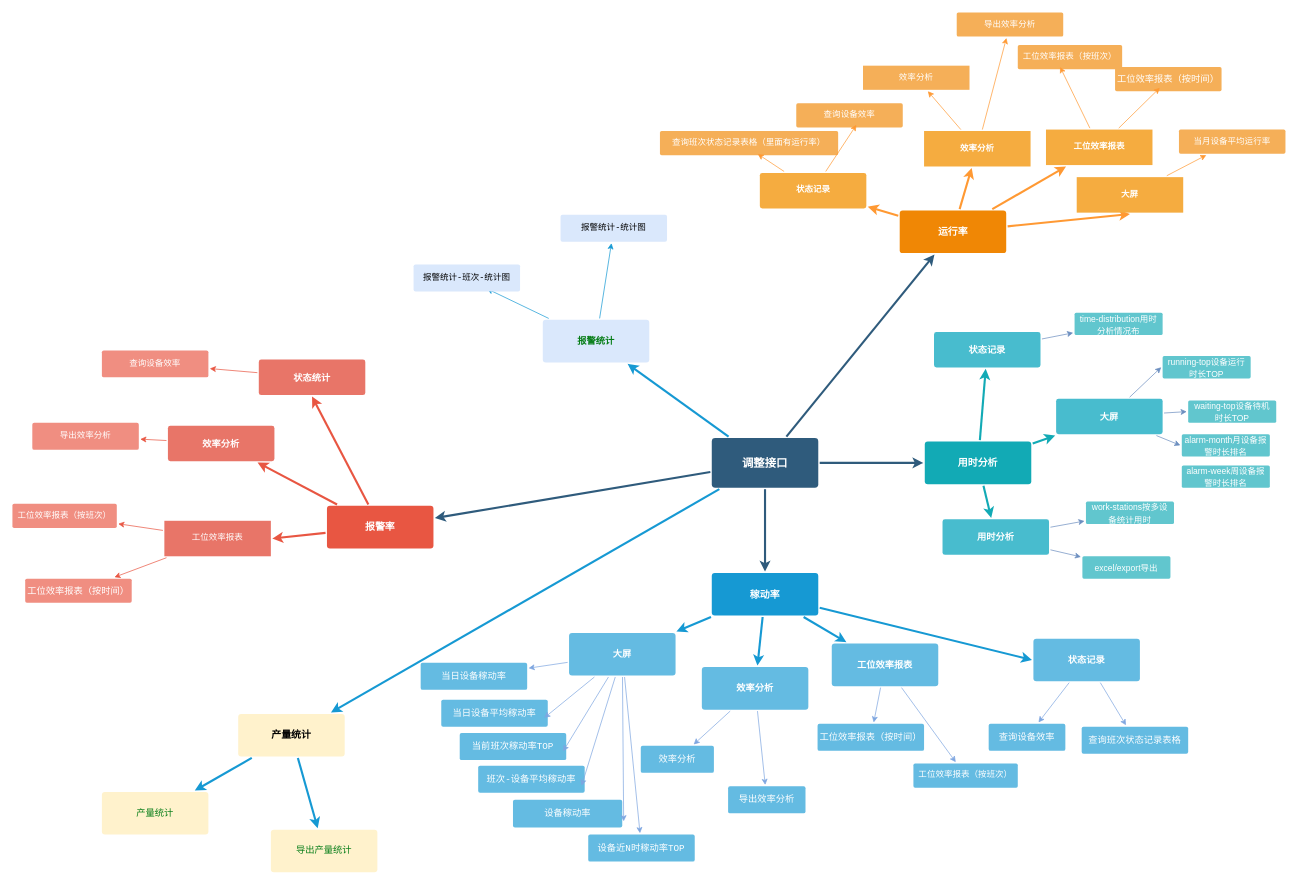
The draw.io diagram 未命名绘图.drawio in liangleiA/MyRepository, before the edit. Source tidied: cells renumbered, new cells numbered last; positions are measured from the earlier drawing's top-left corner, leaving out a move shared by most shapes. Both pictures are drawn from the tidied source at 71%, with x=0, y=0 at pixel (12, 12).
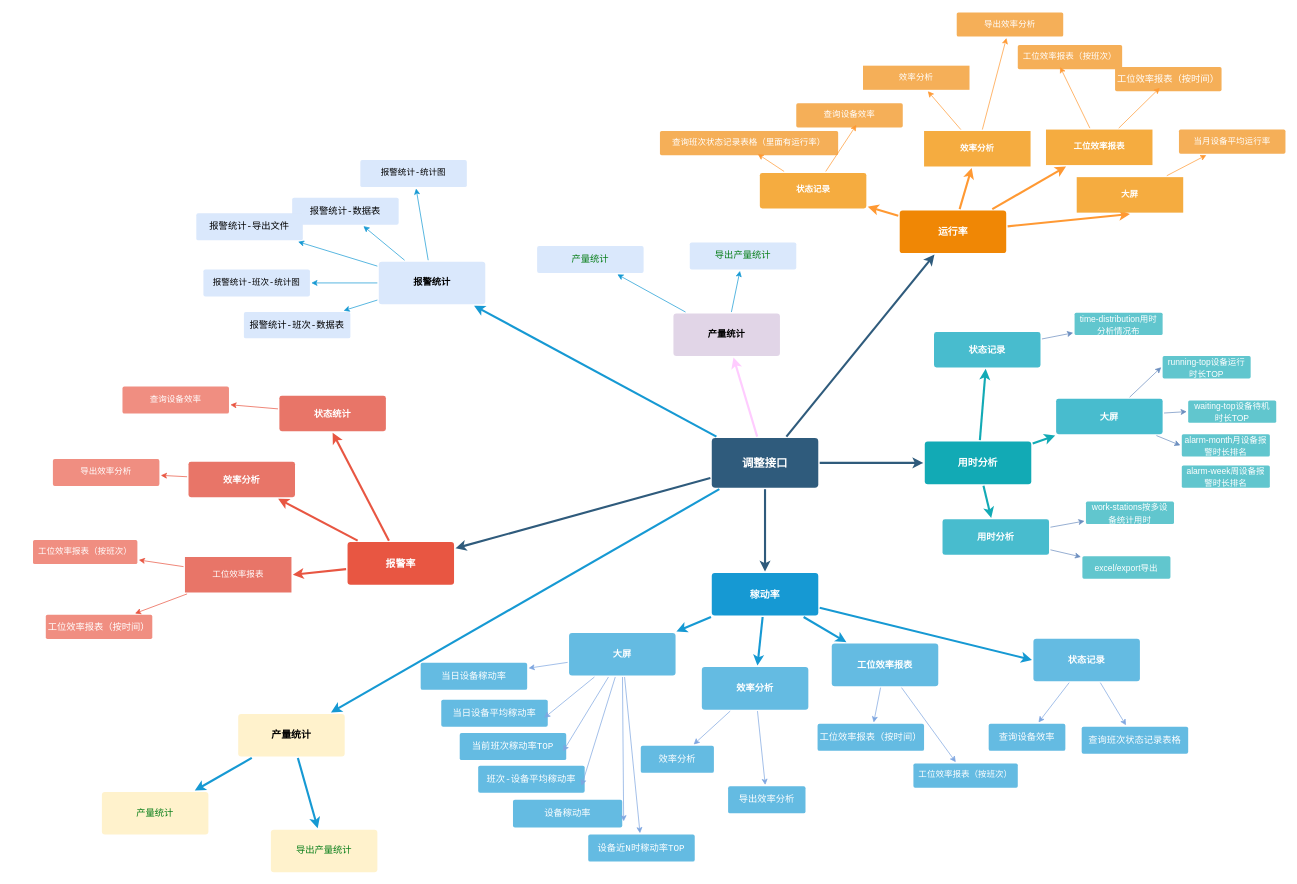
The same page after the edit.

Commit message (it also covers changes not shown here):
更新未命名绘图.drawio

The change refers to these unchanged cells:
```xml
<mxCell id="8" value="调整接口" style="rounded=1;whiteSpace=wrap;html=1;shadow=0;labelBackgroundColor=none;strokeColor=none;strokeWidth=3;fillColor=#2F5B7C;fontFamily=Helvetica;fontSize=16;fontColor=#FFFFFF;align=center;fontStyle=1;spacing=5;arcSize=7;perimeterSpacing=2;" parent="1" vertex="1">
  <mxGeometry x="985" y="599.5" width="150" height="70" as="geometry" />
</mxCell>
```

The edit, as a diff of the source:
```diff
@@
+    <mxCell id="113" style="edgeStyle=none;rounded=0;jettySize=auto;html=1;strokeColor=#FFCCFF;strokeWidth=3;fontSize=13;fontColor=#000000;" parent="1" edge="1" source="8" target="122">
+      <mxGeometry relative="1" as="geometry" />
+    </mxCell>
@@
     <mxCell id="12" value="报警率" style="rounded=1;whiteSpace=wrap;html=1;shadow=0;labelBackgroundColor=none;strokeColor=none;strokeWidth=3;fillColor=#e85642;fontFamily=Helvetica;fontSize=14;fontColor=#FFFFFF;align=center;spacing=5;fontStyle=1;arcSize=7;perimeterSpacing=2;" parent="1" vertex="1">
-      <mxGeometry x="443" y="695" width="150" height="60" as="geometry" />
+      <mxGeometry x="472" y="746" width="150" height="60" as="geometry" />
     </mxCell>
     <mxCell id="13" value="&lt;pre style=&quot;font-family: 宋体, monospace; font-size: 12px;&quot;&gt;&lt;span style=&quot;font-size: 12px;&quot;&gt;导出效率分析&lt;/span&gt;&lt;/pre&gt;" style="rounded=1;whiteSpace=wrap;html=1;shadow=0;labelBackgroundColor=none;strokeColor=none;strokeWidth=3;fillColor=#f08e81;fontFamily=Helvetica;fontSize=12;fontColor=#FFFFFF;align=center;spacing=5;fontStyle=0;arcSize=7;perimeterSpacing=2;" parent="1" vertex="1">
-      <mxGeometry x="28" y="578" width="150" height="38" as="geometry" />
+      <mxGeometry x="57" y="629" width="150" height="38" as="geometry" />
     </mxCell>
     <mxCell id="14" value="&lt;pre style=&quot;font-family: 宋体, monospace; font-size: 12px;&quot;&gt;&lt;span style=&quot;font-size: 12px;&quot;&gt;查询设备效率&lt;/span&gt;&lt;/pre&gt;" style="rounded=1;whiteSpace=wrap;html=1;shadow=0;labelBackgroundColor=none;strokeColor=none;strokeWidth=3;fillColor=#f08e81;fontFamily=Helvetica;fontSize=12;fontColor=#FFFFFF;align=center;spacing=5;fontStyle=0;arcSize=7;perimeterSpacing=2;" parent="1" vertex="1">
-      <mxGeometry x="126" y="476" width="150" height="38" as="geometry" />
+      <mxGeometry x="155" y="527" width="150" height="38" as="geometry" />
     </mxCell>
@@
     <mxCell id="94" value="状态统计" style="rounded=1;whiteSpace=wrap;html=1;shadow=0;labelBackgroundColor=none;strokeColor=none;strokeWidth=3;fillColor=#E87568;fontFamily=Helvetica;fontSize=13;fontColor=#FFFFFF;align=center;spacing=5;fontStyle=1;arcSize=7;perimeterSpacing=2;" parent="1" vertex="1">
-      <mxGeometry x="347" y="489" width="150" height="50" as="geometry" />
+      <mxGeometry x="376" y="540" width="150" height="50" as="geometry" />
     </mxCell>
@@
     <mxCell id="96" value="效率分析" style="rounded=1;whiteSpace=wrap;html=1;shadow=0;labelBackgroundColor=none;strokeColor=none;strokeWidth=3;fillColor=#E87568;fontFamily=Helvetica;fontSize=13;fontColor=#FFFFFF;align=center;spacing=5;fontStyle=1;arcSize=7;perimeterSpacing=2;" parent="1" vertex="1">
-      <mxGeometry x="219" y="582" width="150" height="50" as="geometry" />
+      <mxGeometry x="248" y="633" width="150" height="50" as="geometry" />
     </mxCell>
@@
     <mxCell id="101" value="&lt;pre style=&quot;font-family: &amp;quot;JetBrains Mono&amp;quot;, monospace; font-size: 12px;&quot;&gt;&lt;pre style=&quot;font-family: &amp;quot;JetBrains Mono&amp;quot;, monospace; font-size: 12px;&quot;&gt;&lt;span style=&quot;font-size: 12px;&quot;&gt;工位效率报表&lt;/span&gt;&lt;/pre&gt;&lt;/pre&gt;" style="rounded=1;whiteSpace=wrap;html=1;shadow=0;labelBackgroundColor=none;strokeColor=none;strokeWidth=3;fillColor=#E87568;fontFamily=Helvetica;fontSize=12;fontColor=#FFFFFF;align=center;spacing=5;arcSize=0;perimeterSpacing=2;labelBorderColor=none;" parent="1" vertex="1">
-      <mxGeometry x="214" y="716" width="150" height="50" as="geometry" />
+      <mxGeometry x="243" y="767" width="150" height="50" as="geometry" />
     </mxCell>
     <mxCell id="102" value="&lt;pre style=&quot;font-size: 9.8pt; font-family: 宋体, monospace;&quot;&gt;工位效率报表（按时间）&lt;/pre&gt;" style="rounded=1;whiteSpace=wrap;html=1;shadow=0;labelBackgroundColor=none;strokeColor=none;strokeWidth=3;fillColor=#F08E81;fontFamily=Helvetica;fontSize=12;fontColor=#FFFFFF;align=center;spacing=5;arcSize=7;perimeterSpacing=2;labelBorderColor=none;" parent="1" vertex="1">
-      <mxGeometry x="18" y="797.5" width="150" height="34" as="geometry" />
+      <mxGeometry x="47" y="848.5" width="150" height="34" as="geometry" />
     </mxCell>
     <mxCell id="103" value="&lt;pre style=&quot;font-family: 宋体, monospace; font-size: 12px;&quot;&gt;&lt;span style=&quot;font-size: 12px;&quot;&gt;工位效率报表（按班次）&lt;/span&gt;&lt;/pre&gt;" style="rounded=1;whiteSpace=wrap;html=1;shadow=0;labelBackgroundColor=none;strokeColor=none;strokeWidth=3;fillColor=#F08E81;fontFamily=Helvetica;fontSize=12;fontColor=#FFFFFF;align=center;spacing=5;arcSize=7;perimeterSpacing=2;labelBorderColor=none;" parent="1" vertex="1">
-      <mxGeometry y="692" width="147" height="34" as="geometry" />
+      <mxGeometry x="29" y="743" width="147" height="34" as="geometry" />
     </mxCell>
@@
+    <mxCell id="114" style="edgeStyle=none;rounded=0;jettySize=auto;html=1;strokeColor=#1699D3;strokeWidth=1;fontSize=13;fontColor=#FFFFFF;" parent="1" edge="1" source="110" target="119">
+      <mxGeometry relative="1" as="geometry" />
+    </mxCell>
-    <mxCell id="108" style="edgeStyle=none;rounded=0;jettySize=auto;html=1;entryX=0.684;entryY=0.861;entryDx=0;entryDy=0;entryPerimeter=0;strokeColor=#1699D3;strokeWidth=1;fontSize=13;fontColor=#FFFFFF;" parent="1" edge="1" source="110" target="112">
+    <mxCell id="108" style="edgeStyle=none;rounded=0;jettySize=auto;html=1;entryX=1;entryY=0.5;entryDx=0;entryDy=0;strokeColor=#1699D3;strokeWidth=1;fontSize=13;fontColor=#FFFFFF;" parent="1" edge="1" source="110" target="112">
       <mxGeometry relative="1" as="geometry" />
     </mxCell>
+    <mxCell id="115" style="edgeStyle=none;rounded=0;jettySize=auto;html=1;strokeColor=#1699D3;strokeWidth=1;fontSize=13;fontColor=#FFFFFF;" parent="1" edge="1" source="110" target="118">
+      <mxGeometry relative="1" as="geometry" />
+    </mxCell>
+    <mxCell id="116" style="edgeStyle=none;rounded=0;jettySize=auto;html=1;strokeColor=#1699D3;strokeWidth=1;fontSize=13;fontColor=#FFFFFF;" parent="1" edge="1" source="110" target="117">
+      <mxGeometry relative="1" as="geometry" />
+    </mxCell>
@@
-    <mxCell id="110" value="&lt;pre style=&quot;color: rgb(8, 8, 8); font-family: 宋体, monospace; font-size: 9.8pt;&quot;&gt;&lt;span style=&quot;color:#067d17;&quot;&gt;报警统计&lt;/span&gt;&lt;/pre&gt;" style="rounded=1;whiteSpace=wrap;html=1;shadow=0;labelBackgroundColor=none;strokeColor=none;strokeWidth=3;fillColor=#dae8fc;fontFamily=Helvetica;fontSize=14;align=center;spacing=5;fontStyle=1;arcSize=7;perimeterSpacing=2;" parent="1" vertex="1">
-      <mxGeometry x="747" y="433" width="150" height="60" as="geometry" />
+    <mxCell id="110" value="&lt;pre style=&quot;font-family: 宋体, monospace; font-size: 9.8pt;&quot;&gt;&lt;span style=&quot;&quot;&gt;报警统计&lt;/span&gt;&lt;/pre&gt;" style="rounded=1;whiteSpace=wrap;html=1;shadow=0;labelBackgroundColor=none;strokeColor=none;strokeWidth=3;fillColor=#dae8fc;fontFamily=Helvetica;fontSize=14;align=center;spacing=5;fontStyle=1;arcSize=7;perimeterSpacing=2;fontColor=#000000;" parent="1" vertex="1">
+      <mxGeometry x="516" y="351" width="150" height="60" as="geometry" />
     </mxCell>
-    <mxCell id="111" value="&lt;pre style=&quot;font-family: 宋体, monospace; font-size: 12px;&quot;&gt;&lt;span style=&quot;font-size: 12px;&quot;&gt;报警统计&lt;/span&gt;&lt;span style=&quot;font-family: &amp;quot;JetBrains Mono&amp;quot;, monospace; font-size: 12px;&quot;&gt;-&lt;/span&gt;&lt;span style=&quot;font-size: 12px;&quot;&gt;统计图&lt;/span&gt;&lt;/pre&gt;" style="rounded=1;whiteSpace=wrap;html=1;shadow=0;labelBackgroundColor=none;strokeColor=none;strokeWidth=3;fillColor=#dae8fc;fontFamily=Helvetica;fontSize=12;align=center;spacing=5;fontStyle=0;arcSize=7;perimeterSpacing=2;" parent="1" vertex="1">
-      <mxGeometry x="772" y="285" width="150" height="38" as="geometry" />
+    <mxCell id="111" value="&lt;pre style=&quot;font-family: 宋体, monospace; font-size: 12px;&quot;&gt;&lt;span style=&quot;font-size: 12px;&quot;&gt;报警统计&lt;/span&gt;&lt;span style=&quot;font-family: &amp;quot;JetBrains Mono&amp;quot;, monospace; font-size: 12px;&quot;&gt;-&lt;/span&gt;&lt;span style=&quot;font-size: 12px;&quot;&gt;统计图&lt;/span&gt;&lt;/pre&gt;" style="rounded=1;whiteSpace=wrap;html=1;shadow=0;labelBackgroundColor=none;strokeColor=none;strokeWidth=3;fillColor=#dae8fc;fontFamily=Helvetica;fontSize=12;align=center;spacing=5;fontStyle=0;arcSize=7;perimeterSpacing=2;fontColor=#000000;" parent="1" vertex="1">
+      <mxGeometry x="490" y="208" width="150" height="38" as="geometry" />
     </mxCell>
-    <mxCell id="112" value="&lt;pre style=&quot;font-family: 宋体, monospace; font-size: 12px;&quot;&gt;&lt;pre style=&quot;font-family: 宋体, monospace; font-size: 12px;&quot;&gt;&lt;span style=&quot;font-size: 12px;&quot;&gt;报警统计&lt;/span&gt;&lt;span style=&quot;font-family: &amp;quot;JetBrains Mono&amp;quot;, monospace; font-size: 12px;&quot;&gt;-&lt;/span&gt;&lt;span style=&quot;font-size: 12px;&quot;&gt;班次&lt;/span&gt;&lt;span style=&quot;font-family: &amp;quot;JetBrains Mono&amp;quot;, monospace; font-size: 12px;&quot;&gt;-&lt;/span&gt;&lt;span style=&quot;font-size: 12px;&quot;&gt;统计图&lt;/span&gt;&lt;/pre&gt;&lt;/pre&gt;" style="rounded=1;whiteSpace=wrap;html=1;shadow=0;labelBackgroundColor=none;strokeColor=none;strokeWidth=3;fillColor=#dae8fc;fontFamily=Helvetica;fontSize=12;align=center;spacing=5;fontStyle=0;arcSize=7;perimeterSpacing=2;" parent="1" vertex="1">
-      <mxGeometry x="565" y="355" width="150" height="38" as="geometry" />
+    <mxCell id="112" value="&lt;pre style=&quot;font-family: 宋体, monospace; font-size: 12px;&quot;&gt;&lt;pre style=&quot;font-family: 宋体, monospace; font-size: 12px;&quot;&gt;&lt;span style=&quot;font-size: 12px;&quot;&gt;报警统计&lt;/span&gt;&lt;span style=&quot;font-family: &amp;quot;JetBrains Mono&amp;quot;, monospace; font-size: 12px;&quot;&gt;-&lt;/span&gt;&lt;span style=&quot;font-size: 12px;&quot;&gt;班次&lt;/span&gt;&lt;span style=&quot;font-family: &amp;quot;JetBrains Mono&amp;quot;, monospace; font-size: 12px;&quot;&gt;-&lt;/span&gt;&lt;span style=&quot;font-size: 12px;&quot;&gt;统计图&lt;/span&gt;&lt;/pre&gt;&lt;/pre&gt;" style="rounded=1;whiteSpace=wrap;html=1;shadow=0;labelBackgroundColor=none;strokeColor=none;strokeWidth=3;fillColor=#dae8fc;fontFamily=Helvetica;fontSize=12;align=center;spacing=5;fontStyle=0;arcSize=7;perimeterSpacing=2;fontColor=#000000;" parent="1" vertex="1">
+      <mxGeometry x="269" y="362" width="150" height="38" as="geometry" />
     </mxCell>
+    <mxCell id="117" value="&lt;pre style=&quot;font-family: 宋体, monospace; font-size: 12px;&quot;&gt;&lt;pre style=&quot;font-family: 宋体, monospace; font-size: 12px;&quot;&gt;&lt;pre style=&quot;font-family: 宋体, monospace; font-size: 9.8pt;&quot;&gt;&lt;span style=&quot;&quot;&gt;报警统计&lt;/span&gt;&lt;span style=&quot;font-family: &amp;quot;JetBrains Mono&amp;quot;, monospace;&quot;&gt;-&lt;/span&gt;&lt;span style=&quot;&quot;&gt;数据表&lt;/span&gt;&lt;/pre&gt;&lt;/pre&gt;&lt;/pre&gt;" style="rounded=1;whiteSpace=wrap;html=1;shadow=0;labelBackgroundColor=none;strokeColor=none;strokeWidth=3;fillColor=#dae8fc;fontFamily=Helvetica;fontSize=12;align=center;spacing=5;fontStyle=0;arcSize=7;perimeterSpacing=2;fontColor=#000000;" parent="1" vertex="1">
+      <mxGeometry x="394" y="261" width="150" height="38" as="geometry" />
+    </mxCell>
+    <mxCell id="118" value="&lt;pre style=&quot;font-family: 宋体, monospace; font-size: 12px;&quot;&gt;&lt;pre style=&quot;font-family: 宋体, monospace; font-size: 12px;&quot;&gt;&lt;pre style=&quot;font-family: 宋体, monospace; font-size: 9.8pt;&quot;&gt;&lt;span style=&quot;&quot;&gt;报警统计&lt;/span&gt;&lt;span style=&quot;font-family: &amp;quot;JetBrains Mono&amp;quot;, monospace;&quot;&gt;-&lt;/span&gt;&lt;span style=&quot;&quot;&gt;导出文件&lt;/span&gt;&lt;/pre&gt;&lt;/pre&gt;&lt;/pre&gt;" style="rounded=1;whiteSpace=wrap;html=1;shadow=0;labelBackgroundColor=none;strokeColor=none;strokeWidth=3;fillColor=#dae8fc;fontFamily=Helvetica;fontSize=12;align=center;spacing=5;fontStyle=0;arcSize=7;perimeterSpacing=2;fontColor=#000000;" parent="1" vertex="1">
+      <mxGeometry x="259" y="283" width="150" height="38" as="geometry" />
+    </mxCell>
+    <mxCell id="119" value="&lt;pre style=&quot;font-family: 宋体, monospace; font-size: 12px;&quot;&gt;&lt;pre style=&quot;font-family: 宋体, monospace; font-size: 12px;&quot;&gt;&lt;pre style=&quot;font-family: 宋体, monospace; font-size: 9.8pt;&quot;&gt;&lt;span style=&quot;&quot;&gt;报警统计&lt;/span&gt;&lt;span style=&quot;font-family: &amp;quot;JetBrains Mono&amp;quot;, monospace;&quot;&gt;-&lt;/span&gt;&lt;span style=&quot;&quot;&gt;班次&lt;/span&gt;&lt;span style=&quot;font-family: &amp;quot;JetBrains Mono&amp;quot;, monospace;&quot;&gt;-&lt;/span&gt;&lt;span style=&quot;&quot;&gt;数据表&lt;/span&gt;&lt;/pre&gt;&lt;/pre&gt;&lt;/pre&gt;" style="rounded=1;whiteSpace=wrap;html=1;shadow=0;labelBackgroundColor=none;strokeColor=none;strokeWidth=3;fillColor=#dae8fc;fontFamily=Helvetica;fontSize=12;align=center;spacing=5;fontStyle=0;arcSize=7;perimeterSpacing=2;fontColor=#000000;" parent="1" vertex="1">
+      <mxGeometry x="326" y="422" width="150" height="37" as="geometry" />
+    </mxCell>
+    <mxCell id="120" style="edgeStyle=none;rounded=0;jettySize=auto;html=1;strokeColor=#1699D3;strokeWidth=1;fontSize=13;fontColor=#000000;" parent="1" edge="1" source="122" target="123">
+      <mxGeometry relative="1" as="geometry" />
+    </mxCell>
+    <mxCell id="121" style="edgeStyle=none;rounded=0;jettySize=auto;html=1;strokeColor=#1699D3;strokeWidth=1;fontSize=13;fontColor=#000000;" parent="1" edge="1" source="122" target="124">
+      <mxGeometry relative="1" as="geometry" />
+    </mxCell>
+    <mxCell id="122" value="&lt;pre style=&quot;font-family: 宋体, monospace; font-size: 9.8pt;&quot;&gt;&lt;span style=&quot;&quot;&gt;产量统计&lt;/span&gt;&lt;/pre&gt;" style="rounded=1;whiteSpace=wrap;html=1;shadow=0;labelBackgroundColor=none;strokeColor=none;strokeWidth=3;fillColor=#e1d5e7;fontFamily=Helvetica;fontSize=14;align=center;spacing=5;fontStyle=1;arcSize=7;perimeterSpacing=2;" parent="1" vertex="1">
+      <mxGeometry x="931" y="424" width="150" height="60" as="geometry" />
+    </mxCell>
+    <mxCell id="123" value="&lt;pre style=&quot;font-family: 宋体, monospace; font-size: 12px;&quot;&gt;&lt;pre style=&quot;color: rgb(8, 8, 8); font-family: 宋体, monospace; font-size: 9.8pt;&quot;&gt;&lt;span style=&quot;color:#067d17;&quot;&gt;产量统计&lt;/span&gt;&lt;/pre&gt;&lt;/pre&gt;" style="rounded=1;whiteSpace=wrap;html=1;shadow=0;labelBackgroundColor=none;strokeColor=none;strokeWidth=3;fillColor=#dae8fc;fontFamily=Helvetica;fontSize=12;align=center;spacing=5;fontStyle=0;arcSize=7;perimeterSpacing=2;fontColor=#000000;" parent="1" vertex="1">
+      <mxGeometry x="739" y="329" width="150" height="38" as="geometry" />
+    </mxCell>
+    <mxCell id="124" value="&lt;pre style=&quot;font-family: 宋体, monospace; font-size: 12px;&quot;&gt;&lt;pre style=&quot;color: rgb(8, 8, 8); font-family: 宋体, monospace; font-size: 9.8pt;&quot;&gt;&lt;pre style=&quot;font-family: 宋体, monospace; font-size: 9.8pt;&quot;&gt;&lt;span style=&quot;color:#067d17;&quot;&gt;导出产量统计&lt;/span&gt;&lt;/pre&gt;&lt;/pre&gt;&lt;/pre&gt;" style="rounded=1;whiteSpace=wrap;html=1;shadow=0;labelBackgroundColor=none;strokeColor=none;strokeWidth=3;fillColor=#dae8fc;fontFamily=Helvetica;fontSize=12;align=center;spacing=5;fontStyle=0;arcSize=7;perimeterSpacing=2;fontColor=#000000;" parent="1" vertex="1">
+      <mxGeometry x="954" y="324" width="150" height="38" as="geometry" />
+    </mxCell>
```
